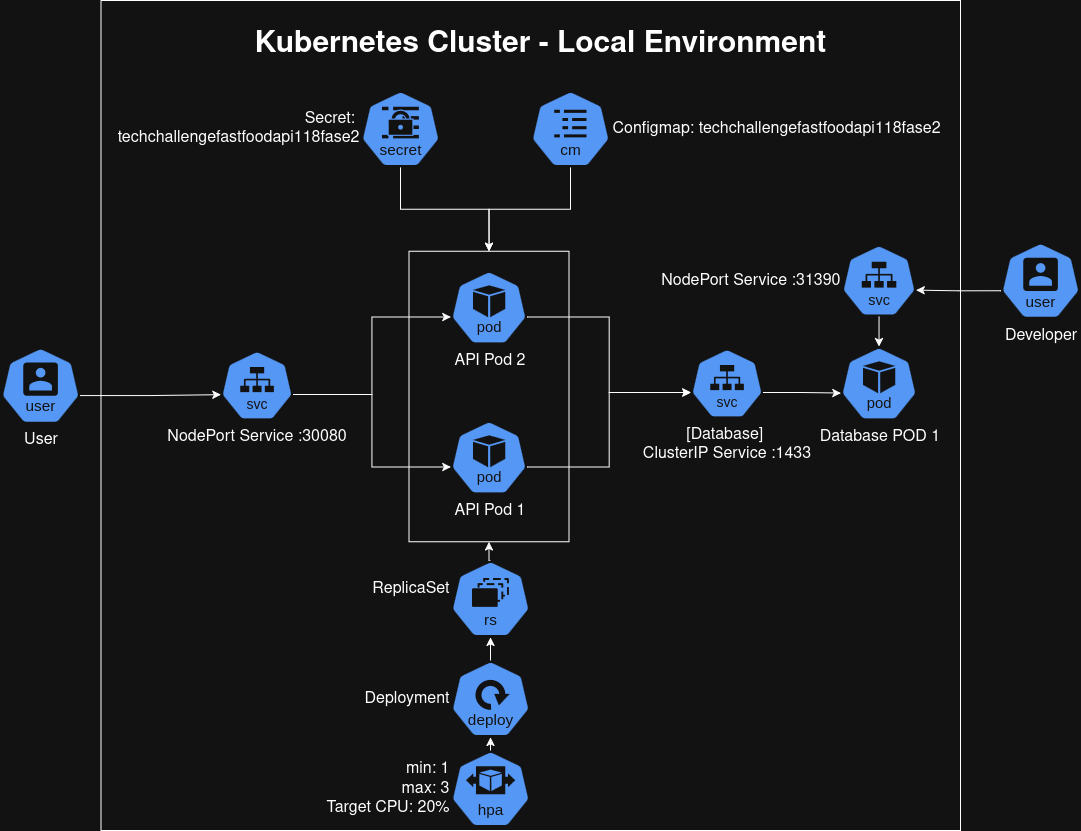
Above: 1 - Kubernetes Architecture - Tech Challenge - Abordagem Local.drawio.png in Grupo-118-Tech-Challenge-Fiap-11SOAT/tech-challenge-grupo-118-fase-1 (draw.io), before the change. Source tidied: cells renumbered, new cells last; positions are measured from the earlier drawing's top-left corner, leaving out a move shared by most shapes.
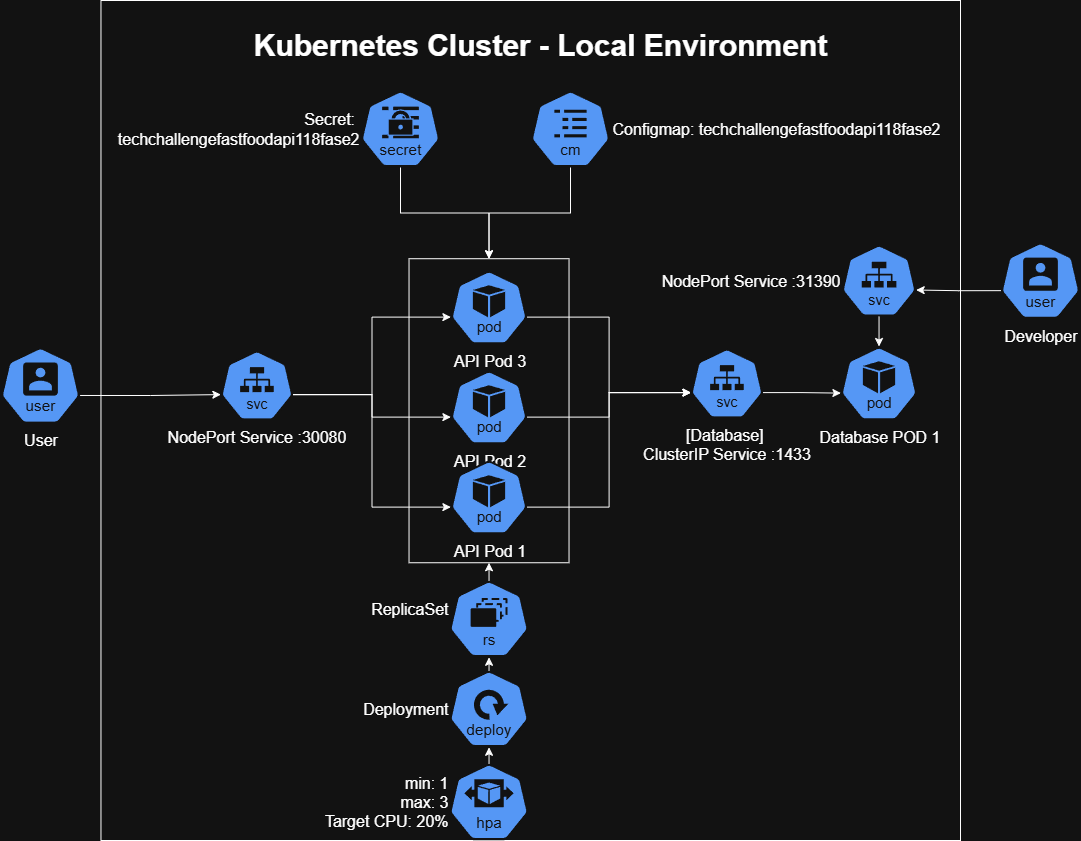
Later version of the same file.

Commit message:
chore: update diagram local version

What changed in the source:
```diff
@@ -3,10 +3,10 @@
     <mxCell id="0" />
     <mxCell id="1" parent="0" />
     <mxCell id="2" style="group;fontSize=25;" parent="1" vertex="1">
-      <mxGeometry x="120" width="840" height="830" as="geometry" />
+      <mxGeometry x="120" width="840" height="840" as="geometry" />
     </mxCell>
     <mxCell id="3" style="rounded=0;whiteSpace=wrap;html=1;fillColor=none;gradientColor=none;fillStyle=auto;" parent="2" vertex="1">
-      <mxGeometry x="-19.5" width="859.5" height="830" as="geometry" />
+      <mxGeometry x="-19.5" width="859.5" height="840" as="geometry" />
     </mxCell>
     <mxCell id="4" value="&lt;font style=&quot;font-size: 30px;&quot;&gt;&lt;b&gt;Kubernetes Cluster - Local Environment&lt;/b&gt;&lt;/font&gt;" style="text;strokeColor=none;align=center;fillColor=none;html=1;verticalAlign=middle;whiteSpace=wrap;rounded=0;" parent="2" vertex="1">
       <mxGeometry x="26.2" y="40" width="787.5" height="8.2" as="geometry" />
@@ -20,32 +20,41 @@
     <mxCell id="7" style="edgeStyle=orthogonalEdgeStyle;rounded=0;jettySize=auto;html=1;exitX=0.5;exitY=1;exitDx=0;exitDy=0;exitPerimeter=0;entryX=0.5;entryY=0;entryDx=0;entryDy=0;entryPerimeter=0;" parent="2" edge="1" source="6" target="5">
       <mxGeometry relative="1" as="geometry" />
     </mxCell>
+    <mxCell id="32" value="API Pod 2&lt;div&gt;&lt;br&gt;&lt;/div&gt;" style="sketch=0;html=1;dashed=0;whitespace=wrap;verticalLabelPosition=bottom;verticalAlign=top;fillColor=#2875E2;strokeColor=#ffffff;points=[[0.005,0.63,0],[0.1,0.2,0],[0.9,0.2,0],[0.5,0,0],[0.995,0.63,0],[0.72,0.99,0],[0.5,1,0],[0.28,0.99,0]];shape=mxgraph.kubernetes.icon2;kubernetesLabel=1;prIcon=pod;fontSize=16;" parent="2" vertex="1">
+      <mxGeometry x="330" y="370" width="77.1" height="74" as="geometry" />
+    </mxCell>
+    <mxCell id="10" value="API Pod 1" style="sketch=0;html=1;dashed=0;whitespace=wrap;verticalLabelPosition=bottom;verticalAlign=top;fillColor=#2875E2;strokeColor=#ffffff;points=[[0.005,0.63,0],[0.1,0.2,0],[0.9,0.2,0],[0.5,0,0],[0.995,0.63,0],[0.72,0.99,0],[0.5,1,0],[0.28,0.99,0]];shape=mxgraph.kubernetes.icon2;kubernetesLabel=1;prIcon=pod;fontSize=16;" parent="2" vertex="1">
+      <mxGeometry x="330" y="460" width="77.1" height="74" as="geometry" />
+    </mxCell>
+    <mxCell id="12" value="ReplicaSet&lt;div&gt;&lt;br&gt;&lt;/div&gt;" style="sketch=0;html=1;dashed=0;whitespace=wrap;verticalLabelPosition=middle;verticalAlign=middle;fillColor=#2875E2;strokeColor=#ffffff;points=[[0.005,0.63,0],[0.1,0.2,0],[0.9,0.2,0],[0.5,0,0],[0.995,0.63,0],[0.72,0.99,0],[0.5,1,0],[0.28,0.99,0]];shape=mxgraph.kubernetes.icon2;kubernetesLabel=1;prIcon=rs;labelPosition=left;align=right;fontSize=16;" parent="2" vertex="1">
+      <mxGeometry x="328.5" y="580" width="80" height="76.8" as="geometry" />
+    </mxCell>
+    <mxCell id="14" value="min: 1&lt;br&gt;max: 3&lt;br&gt;Target CPU: 20%" style="sketch=0;html=1;dashed=0;whitespace=wrap;verticalLabelPosition=middle;verticalAlign=middle;fillColor=#2875E2;strokeColor=#ffffff;points=[[0.005,0.63,0],[0.1,0.2,0],[0.9,0.2,0],[0.5,0,0],[0.995,0.63,0],[0.72,0.99,0],[0.5,1,0],[0.28,0.99,0]];shape=mxgraph.kubernetes.icon2;kubernetesLabel=1;prIcon=hpa;labelPosition=left;align=right;fontSize=16;" parent="2" vertex="1">
+      <mxGeometry x="328.5" y="763" width="80" height="76.8" as="geometry" />
+    </mxCell>
+    <mxCell id="13" value="Deployment" style="sketch=0;html=1;dashed=0;whitespace=wrap;verticalLabelPosition=middle;verticalAlign=middle;fillColor=#2875E2;strokeColor=#ffffff;points=[[0.005,0.63,0],[0.1,0.2,0],[0.9,0.2,0],[0.5,0,0],[0.995,0.63,0],[0.72,0.99,0],[0.5,1,0],[0.28,0.99,0]];shape=mxgraph.kubernetes.icon2;kubernetesLabel=1;prIcon=deploy;labelPosition=left;align=right;fontSize=16;" parent="2" vertex="1">
+      <mxGeometry x="328.5" y="670" width="80" height="76.8" as="geometry" />
+    </mxCell>
+    <mxCell id="22" style="edgeStyle=orthogonalEdgeStyle;rounded=0;jettySize=auto;html=1;exitX=0.5;exitY=0;exitDx=0;exitDy=0;exitPerimeter=0;entryX=0.5;entryY=1;entryDx=0;entryDy=0;entryPerimeter=0;" parent="2" edge="1" source="14" target="13">
+      <mxGeometry relative="1" as="geometry" />
+    </mxCell>
+    <mxCell id="23" style="edgeStyle=orthogonalEdgeStyle;rounded=0;jettySize=auto;html=1;exitX=0.5;exitY=0;exitDx=0;exitDy=0;exitPerimeter=0;entryX=0.5;entryY=1;entryDx=0;entryDy=0;entryPerimeter=0;" parent="2" edge="1" source="13" target="12">
+      <mxGeometry relative="1" as="geometry" />
+    </mxCell>
     <mxCell id="8" value="NodePort Service :30080" style="sketch=0;html=1;dashed=0;whitespace=wrap;verticalLabelPosition=bottom;verticalAlign=top;fillColor=#2875E2;strokeColor=#ffffff;points=[[0.005,0.63,0],[0.1,0.2,0],[0.9,0.2,0],[0.5,0,0],[0.995,0.63,0],[0.72,0.99,0],[0.5,1,0],[0.28,0.99,0]];shape=mxgraph.kubernetes.icon2;kubernetesLabel=1;prIcon=svc;fontSize=16;" parent="1" vertex="1">
       <mxGeometry x="220" y="350" width="72.9" height="70" as="geometry" />
     </mxCell>
-    <mxCell id="9" value="API Pod 2" style="sketch=0;html=1;dashed=0;whitespace=wrap;verticalLabelPosition=bottom;verticalAlign=top;fillColor=#2875E2;strokeColor=#ffffff;points=[[0.005,0.63,0],[0.1,0.2,0],[0.9,0.2,0],[0.5,0,0],[0.995,0.63,0],[0.72,0.99,0],[0.5,1,0],[0.28,0.99,0]];shape=mxgraph.kubernetes.icon2;kubernetesLabel=1;prIcon=pod;fontSize=16;" parent="1" vertex="1">
+    <mxCell id="9" value="API Pod 3" style="sketch=0;html=1;dashed=0;whitespace=wrap;verticalLabelPosition=bottom;verticalAlign=top;fillColor=#2875E2;strokeColor=#ffffff;points=[[0.005,0.63,0],[0.1,0.2,0],[0.9,0.2,0],[0.5,0,0],[0.995,0.63,0],[0.72,0.99,0],[0.5,1,0],[0.28,0.99,0]];shape=mxgraph.kubernetes.icon2;kubernetesLabel=1;prIcon=pod;fontSize=16;" parent="1" vertex="1">
       <mxGeometry x="450" y="270" width="77.1" height="74" as="geometry" />
     </mxCell>
-    <mxCell id="10" value="API Pod 1" style="sketch=0;html=1;dashed=0;whitespace=wrap;verticalLabelPosition=bottom;verticalAlign=top;fillColor=#2875E2;strokeColor=#ffffff;points=[[0.005,0.63,0],[0.1,0.2,0],[0.9,0.2,0],[0.5,0,0],[0.995,0.63,0],[0.72,0.99,0],[0.5,1,0],[0.28,0.99,0]];shape=mxgraph.kubernetes.icon2;kubernetesLabel=1;prIcon=pod;fontSize=16;" parent="1" vertex="1">
-      <mxGeometry x="450" y="420" width="77.1" height="74" as="geometry" />
-    </mxCell>
     <mxCell id="11" style="edgeStyle=orthogonalEdgeStyle;rounded=0;jettySize=auto;html=1;exitX=0.5;exitY=0;exitDx=0;exitDy=0;exitPerimeter=0;entryX=0;entryY=0.5;entryDx=0;entryDy=0;" parent="1" edge="1" source="12" target="16">
       <mxGeometry relative="1" as="geometry" />
     </mxCell>
-    <mxCell id="12" value="ReplicaSet&lt;div&gt;&lt;br&gt;&lt;/div&gt;" style="sketch=0;html=1;dashed=0;whitespace=wrap;verticalLabelPosition=middle;verticalAlign=middle;fillColor=#2875E2;strokeColor=#ffffff;points=[[0.005,0.63,0],[0.1,0.2,0],[0.9,0.2,0],[0.5,0,0],[0.995,0.63,0],[0.72,0.99,0],[0.5,1,0],[0.28,0.99,0]];shape=mxgraph.kubernetes.icon2;kubernetesLabel=1;prIcon=rs;labelPosition=left;align=right;fontSize=16;" parent="1" vertex="1">
-      <mxGeometry x="450" y="560" width="80" height="76.8" as="geometry" />
-    </mxCell>
-    <mxCell id="13" value="Deployment" style="sketch=0;html=1;dashed=0;whitespace=wrap;verticalLabelPosition=middle;verticalAlign=middle;fillColor=#2875E2;strokeColor=#ffffff;points=[[0.005,0.63,0],[0.1,0.2,0],[0.9,0.2,0],[0.5,0,0],[0.995,0.63,0],[0.72,0.99,0],[0.5,1,0],[0.28,0.99,0]];shape=mxgraph.kubernetes.icon2;kubernetesLabel=1;prIcon=deploy;labelPosition=left;align=right;fontSize=16;" parent="1" vertex="1">
-      <mxGeometry x="450" y="660" width="80" height="76.8" as="geometry" />
-    </mxCell>
-    <mxCell id="14" value="min: 1&lt;br&gt;max: 3&lt;br&gt;Target CPU: 20%" style="sketch=0;html=1;dashed=0;whitespace=wrap;verticalLabelPosition=middle;verticalAlign=middle;fillColor=#2875E2;strokeColor=#ffffff;points=[[0.005,0.63,0],[0.1,0.2,0],[0.9,0.2,0],[0.5,0,0],[0.995,0.63,0],[0.72,0.99,0],[0.5,1,0],[0.28,0.99,0]];shape=mxgraph.kubernetes.icon2;kubernetesLabel=1;prIcon=hpa;labelPosition=left;align=right;fontSize=16;" parent="1" vertex="1">
-      <mxGeometry x="450" y="750" width="80" height="76.8" as="geometry" />
-    </mxCell>
     <mxCell id="15" value="[Database]&amp;nbsp;&lt;div&gt;ClusterIP Service :1433&lt;/div&gt;" style="sketch=0;html=1;dashed=0;whitespace=wrap;verticalLabelPosition=bottom;verticalAlign=top;fillColor=#2875E2;strokeColor=#ffffff;points=[[0.005,0.63,0],[0.1,0.2,0],[0.9,0.2,0],[0.5,0,0],[0.995,0.63,0],[0.72,0.99,0],[0.5,1,0],[0.28,0.99,0]];shape=mxgraph.kubernetes.icon2;kubernetesLabel=1;prIcon=svc;fontSize=16;" parent="1" vertex="1">
       <mxGeometry x="690" y="348" width="72.9" height="70" as="geometry" />
     </mxCell>
     <mxCell id="16" style="rounded=0;whiteSpace=wrap;html=1;rotation=-90;fillColor=none;fontSize=16;" parent="1" vertex="1">
-      <mxGeometry x="343.3" y="316.1" width="290.5" height="160" as="geometry" />
+      <mxGeometry x="336.5" y="330.2" width="304" height="160" as="geometry" />
     </mxCell>
     <mxCell id="17" style="edgeStyle=orthogonalEdgeStyle;rounded=0;jettySize=auto;html=1;exitX=0.995;exitY=0.63;exitDx=0;exitDy=0;exitPerimeter=0;entryX=0.005;entryY=0.63;entryDx=0;entryDy=0;entryPerimeter=0;" parent="1" edge="1" source="9" target="15">
       <mxGeometry relative="1" as="geometry" />
@@ -62,12 +71,6 @@
     <mxCell id="21" style="edgeStyle=orthogonalEdgeStyle;rounded=0;jettySize=auto;html=1;exitX=0.995;exitY=0.63;exitDx=0;exitDy=0;exitPerimeter=0;entryX=0.005;entryY=0.63;entryDx=0;entryDy=0;entryPerimeter=0;" parent="1" edge="1" source="8" target="9">
       <mxGeometry relative="1" as="geometry" />
     </mxCell>
-    <mxCell id="22" style="edgeStyle=orthogonalEdgeStyle;rounded=0;jettySize=auto;html=1;exitX=0.5;exitY=0;exitDx=0;exitDy=0;exitPerimeter=0;entryX=0.5;entryY=1;entryDx=0;entryDy=0;entryPerimeter=0;" parent="1" edge="1" source="14" target="13">
-      <mxGeometry relative="1" as="geometry" />
-    </mxCell>
-    <mxCell id="23" style="edgeStyle=orthogonalEdgeStyle;rounded=0;jettySize=auto;html=1;exitX=0.5;exitY=0;exitDx=0;exitDy=0;exitPerimeter=0;entryX=0.5;entryY=1;entryDx=0;entryDy=0;entryPerimeter=0;" parent="1" edge="1" source="13" target="12">
-      <mxGeometry relative="1" as="geometry" />
-    </mxCell>
     <mxCell id="24" style="edgeStyle=orthogonalEdgeStyle;rounded=0;jettySize=auto;html=1;exitX=0.995;exitY=0.63;exitDx=0;exitDy=0;exitPerimeter=0;entryX=0.005;entryY=0.63;entryDx=0;entryDy=0;entryPerimeter=0;" parent="1" edge="1" source="30" target="8">
       <mxGeometry relative="1" as="geometry" />
     </mxCell>
@@ -92,5 +95,14 @@
     <mxCell id="31" value="Developer" style="sketch=0;html=1;dashed=0;whitespace=wrap;verticalLabelPosition=bottom;verticalAlign=top;fillColor=#2875E2;strokeColor=#ffffff;points=[[0.005,0.63,0],[0.1,0.2,0],[0.9,0.2,0],[0.5,0,0],[0.995,0.63,0],[0.72,0.99,0],[0.5,1,0],[0.28,0.99,0]];shape=mxgraph.kubernetes.icon2;kubernetesLabel=1;prIcon=user;fontSize=16;" parent="1" vertex="1">
       <mxGeometry x="1000" y="241.8" width="80" height="76.8" as="geometry" />
     </mxCell>
+    <mxCell id="33" style="edgeStyle=orthogonalEdgeStyle;rounded=0;jettySize=auto;html=1;exitX=0.995;exitY=0.63;exitDx=0;exitDy=0;exitPerimeter=0;entryX=0.005;entryY=0.63;entryDx=0;entryDy=0;entryPerimeter=0;" parent="1" edge="1" source="8" target="32">
+      <mxGeometry relative="1" as="geometry" />
+    </mxCell>
+    <mxCell id="34" style="edgeStyle=orthogonalEdgeStyle;rounded=0;orthogonalLoop=1;jettySize=auto;html=1;exitX=0;exitY=0.5;exitDx=0;exitDy=0;" parent="1" edge="1" source="16" target="16">
+      <mxGeometry relative="1" as="geometry" />
+    </mxCell>
+    <mxCell id="35" style="edgeStyle=orthogonalEdgeStyle;rounded=0;jettySize=auto;html=1;exitX=0.995;exitY=0.63;exitDx=0;exitDy=0;exitPerimeter=0;entryX=0.005;entryY=0.63;entryDx=0;entryDy=0;entryPerimeter=0;" parent="1" edge="1" source="32" target="15">
+      <mxGeometry relative="1" as="geometry" />
+    </mxCell>
   </root>
 </mxGraphModel>
```
